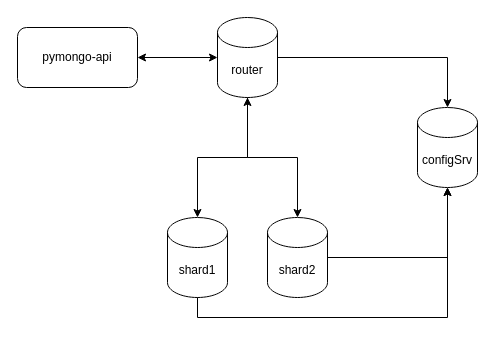
Earlier version of the draw.io diagram diagrams/task1.drawio (Alteracia/practicum_black-friday). Source tidied: cells renumbered, new cells numbered last; positions are measured from the earlier drawing's top-left corner, leaving out a move shared by most shapes. Both pictures are drawn from the tidied source at 100%, with x=0, y=0 at pixel (17, 17).
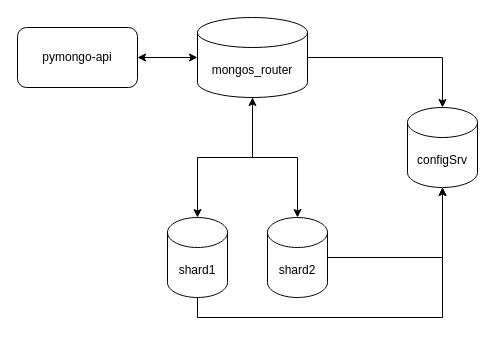
Above is the later version.

The edit, as a diff of the source:
```diff
@@
 <mxGraphModel>
   <root>
     <mxCell id="0" />
     <mxCell id="1" parent="0" />
     <mxCell id="2" value="shard1" style="shape=cylinder3;whiteSpace=wrap;html=1;boundedLbl=1;backgroundOutline=1;size=15;" parent="1" vertex="1">
       <mxGeometry x="150" y="200" width="60" height="80" as="geometry" />
     </mxCell>
     <mxCell id="3" style="edgeStyle=orthogonalEdgeStyle;rounded=0;jettySize=auto;html=1;entryX=0;entryY=0.5;entryDx=0;entryDy=0;entryPerimeter=0;startArrow=classic;startFill=1;" parent="1" edge="1" source="4" target="5">
       <mxGeometry relative="1" as="geometry" />
     </mxCell>
     <mxCell id="4" value="pymongo-api" style="rounded=1;whiteSpace=wrap;html=1;" parent="1" vertex="1">
       <mxGeometry y="10" width="120" height="60" as="geometry" />
     </mxCell>
-    <mxCell id="5" value="router" style="shape=cylinder3;whiteSpace=wrap;html=1;boundedLbl=1;backgroundOutline=1;size=15;" parent="1" vertex="1">
-      <mxGeometry x="200" width="60" height="80" as="geometry" />
+    <mxCell id="5" value="mongos_router" style="shape=cylinder3;whiteSpace=wrap;html=1;boundedLbl=1;backgroundOutline=1;size=15;" parent="1" vertex="1">
+      <mxGeometry x="180" width="110" height="80" as="geometry" />
     </mxCell>
     <mxCell id="6" value="shard2" style="shape=cylinder3;whiteSpace=wrap;html=1;boundedLbl=1;backgroundOutline=1;size=15;" parent="1" vertex="1">
       <mxGeometry x="250" y="200" width="60" height="80" as="geometry" />
     </mxCell>
     <mxCell id="7" style="edgeStyle=orthogonalEdgeStyle;rounded=0;jettySize=auto;html=1;entryX=0.5;entryY=0;entryDx=0;entryDy=0;entryPerimeter=0;" parent="1" edge="1" source="5" target="2">
       <mxGeometry relative="1" as="geometry" />
     </mxCell>
     <mxCell id="8" style="edgeStyle=orthogonalEdgeStyle;rounded=0;jettySize=auto;html=1;entryX=0.5;entryY=0;entryDx=0;entryDy=0;entryPerimeter=0;startArrow=classic;startFill=1;" parent="1" edge="1" source="5" target="6">
       <mxGeometry relative="1" as="geometry" />
     </mxCell>
     <mxCell id="9" value="configSrv" style="shape=cylinder3;whiteSpace=wrap;html=1;boundedLbl=1;backgroundOutline=1;size=15;" parent="1" vertex="1">
-      <mxGeometry x="400" y="90" width="60" height="80" as="geometry" />
+      <mxGeometry x="390" y="90" width="70" height="80" as="geometry" />
     </mxCell>
     <mxCell id="10" style="edgeStyle=orthogonalEdgeStyle;rounded=0;jettySize=auto;html=1;entryX=0.5;entryY=0;entryDx=0;entryDy=0;entryPerimeter=0;" parent="1" edge="1" source="5" target="9">
       <mxGeometry relative="1" as="geometry" />
     </mxCell>
     <mxCell id="11" style="edgeStyle=orthogonalEdgeStyle;rounded=0;jettySize=auto;html=1;entryX=1;entryY=0.5;entryDx=0;entryDy=0;entryPerimeter=0;exitX=0.5;exitY=1;exitDx=0;exitDy=0;exitPerimeter=0;endArrow=none;endFill=0;startArrow=classic;startFill=1;" parent="1" edge="1" source="9" target="6">
       <mxGeometry relative="1" as="geometry" />
     </mxCell>
     <mxCell id="12" style="edgeStyle=orthogonalEdgeStyle;rounded=0;jettySize=auto;html=1;entryX=0.5;entryY=1;entryDx=0;entryDy=0;entryPerimeter=0;exitX=0.5;exitY=1;exitDx=0;exitDy=0;exitPerimeter=0;" parent="1" edge="1" source="2" target="9">
       <mxGeometry relative="1" as="geometry" />
     </mxCell>
   </root>
 </mxGraphModel>
```
